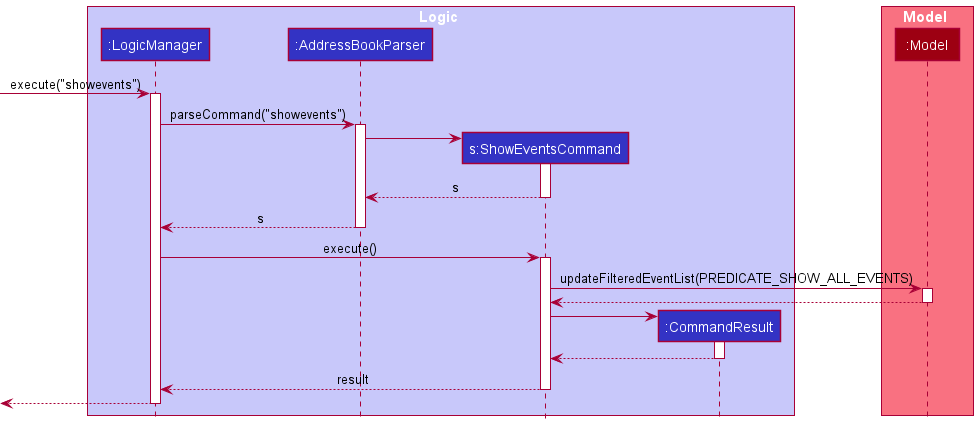
nus-cs2103-AY2122S2/tp keeps this PlantUML diagram as docs/images/ShowEventsSequenceDiagram.png. Above is the earlier version. The source it was exported from:
```plantuml
@startuml

!include style.puml

box Logic LOGIC_COLOR_T1
participant ":LogicManager" as LogicManager LOGIC_COLOR
participant ":AddressBookParser" as AddressBookParser LOGIC_COLOR
participant "s:ShowEventsCommand" as ShowEventsCommand LOGIC_COLOR
participant ":CommandResult" as CommandResult LOGIC_COLOR
end box

box Model MODEL_COLOR_T1
participant ":Model" as Model MODEL_COLOR
end box

[-> LogicManager : execute("showevents")
activate LogicManager

LogicManager -> AddressBookParser : parseCommand("showevents")
activate AddressBookParser

create ShowEventsCommand
AddressBookParser -> ShowEventsCommand
activate ShowEventsCommand

ShowEventsCommand --> AddressBookParser : s
deactivate ShowEventsCommand

AddressBookParser --> LogicManager : s
deactivate AddressBookParser

LogicManager -> ShowEventsCommand : execute()
activate ShowEventsCommand

ShowEventsCommand -> Model : updateFilteredEventList(PREDICATE_SHOW_ALL_EVENTS)
activate Model

Model --> ShowEventsCommand
deactivate Model

create CommandResult
ShowEventsCommand -> CommandResult
activate CommandResult

CommandResult --> ShowEventsCommand
deactivate CommandResult

ShowEventsCommand --> LogicManager : result
deactivate ShowEventsCommand

[<--LogicManager
deactivate LogicManager
@enduml
```
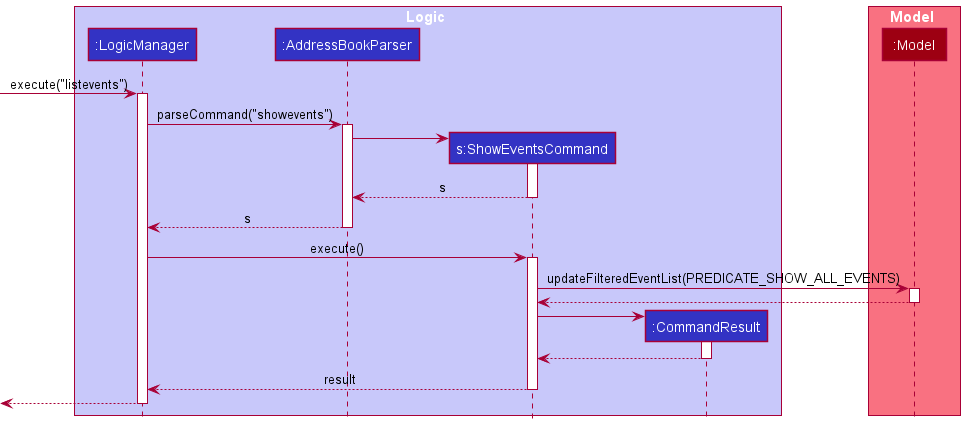
Later version of the same file.

The edit, as a diff of the source:
```diff
@@ -13,7 +13,7 @@
 participant ":Model" as Model MODEL_COLOR
 end box
 
-[-> LogicManager : execute("showevents")
+[-> LogicManager : execute("listevents")
 activate LogicManager
 
 LogicManager -> AddressBookParser : parseCommand("showevents")
```
